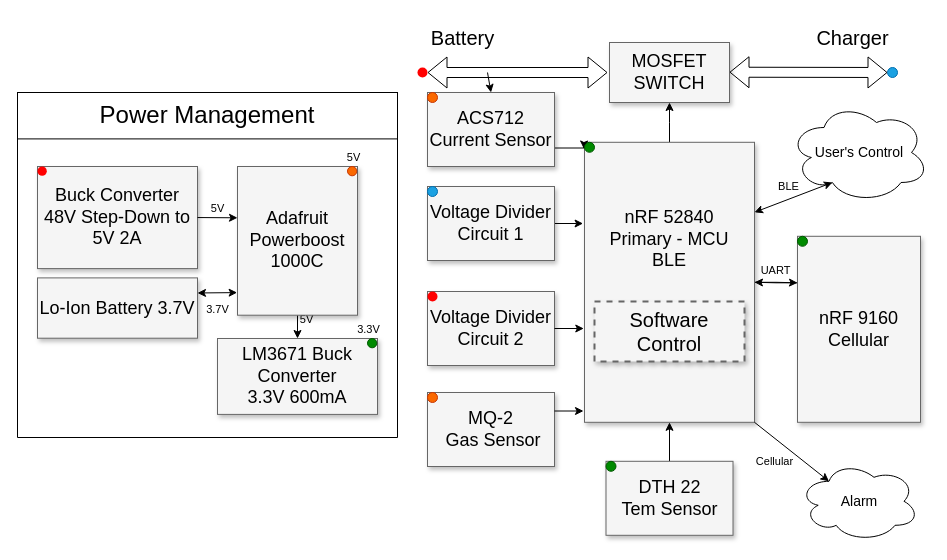
Xiang-Penn/5710 keeps this draw.io diagram as images/5180BlockDiagram.drawio. Above is the earlier version. Source tidied: cells renumbered, new cells numbered last; positions are measured from the earlier drawing's top-left corner, leaving out a move shared by most shapes. Both pictures are drawn from the tidied source at 100%, with x=0, y=0 at pixel (17, 17).
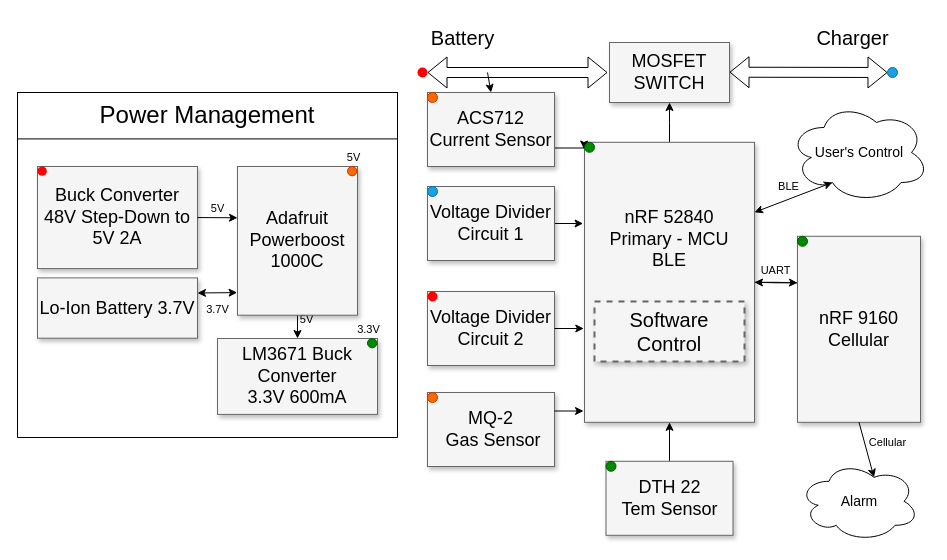
Above is the later version.

The change refers to these unchanged cells:
```xml
<mxCell id="5" value="nRF 52840&lt;div&gt;Primary - MCU&lt;br&gt;&lt;div&gt;BLE&lt;/div&gt;&lt;/div&gt;&lt;div&gt;&lt;br&gt;&lt;/div&gt;&lt;div&gt;&lt;br&gt;&lt;/div&gt;&lt;div&gt;&lt;br&gt;&lt;/div&gt;&lt;div&gt;&lt;br&gt;&lt;/div&gt;" style="whiteSpace=wrap;html=1;shadow=1;fontSize=18;fillColor=#f5f5f5;strokeColor=#666666;" parent="1" vertex="1">
  <mxGeometry x="567" y="124.8" width="170" height="280" as="geometry" />
</mxCell>
<mxCell id="7" value="nRF 9160&lt;div&gt;Cellular&lt;/div&gt;" style="whiteSpace=wrap;html=1;shadow=1;fontSize=18;fillColor=#f5f5f5;strokeColor=#666666;" parent="1" vertex="1">
  <mxGeometry x="780" y="218.8" width="123" height="186" as="geometry" />
</mxCell>
<mxCell id="37" value="&lt;font style=&quot;font-size: 14px;&quot;&gt;Alarm&lt;/font&gt;" style="ellipse;shape=cloud;whiteSpace=wrap;html=1;" parent="1" vertex="1">
  <mxGeometry x="781.5" y="443.8" width="120" height="80" as="geometry" />
</mxCell>
```

What changed in the source:
```diff
@@
-    <mxCell id="40" style="endArrow=classic;html=1;rounded=0;exitX=1;exitY=1;exitDx=0;exitDy=0;entryX=0.25;entryY=0.25;entryDx=0;entryDy=0;entryPerimeter=0;" parent="1" edge="1" source="5" target="37">
+    <mxCell id="40" style="endArrow=classic;html=1;rounded=0;exitX=0.5;exitY=1;exitDx=0;exitDy=0;entryX=0.625;entryY=0.2;entryDx=0;entryDy=0;entryPerimeter=0;" parent="1" edge="1" source="7" target="37">
       <mxGeometry relative="1" as="geometry" />
     </mxCell>
     <mxCell id="41" value="Cellular" style="edgeLabel;html=1;align=center;verticalAlign=middle;" parent="40" vertex="1">
       <mxGeometry x="0.27" y="3" relative="1" as="geometry">
-        <mxPoint x="-29" y="4" as="offset" />
+        <mxPoint x="16" y="-14" as="offset" />
       </mxGeometry>
     </mxCell>
```
